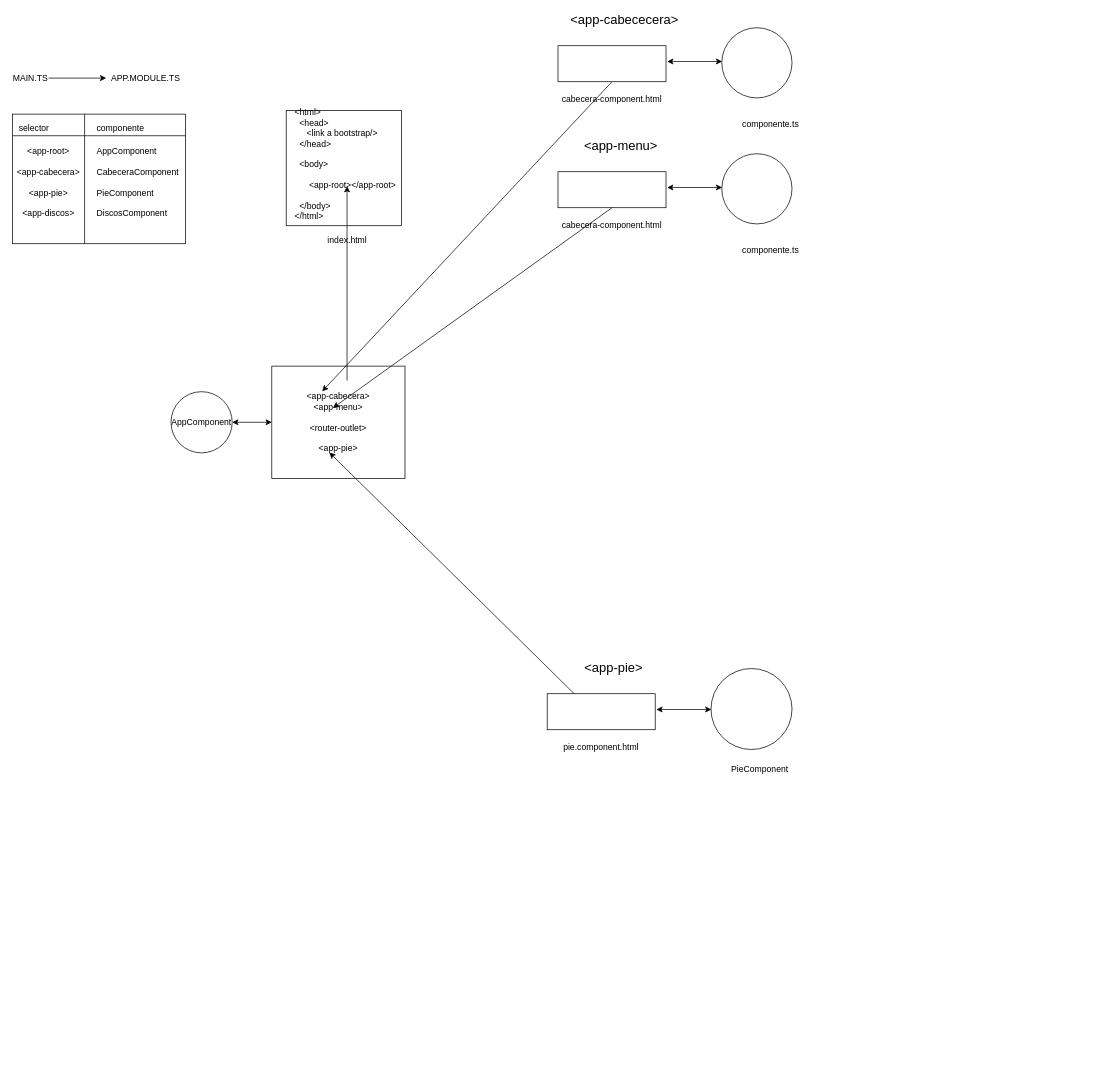
Before: page "Page-33" (33 of 34) of diagramas.drawio in almoril00/MEAN, a draw.io diagram. Source tidied: cells renumbered, new cells numbered last; positions are measured from the earlier drawing's top-left corner, leaving out a move shared by most shapes. Both pictures are drawn from the tidied source at 72%, with x=0, y=0 at pixel (12, 13).
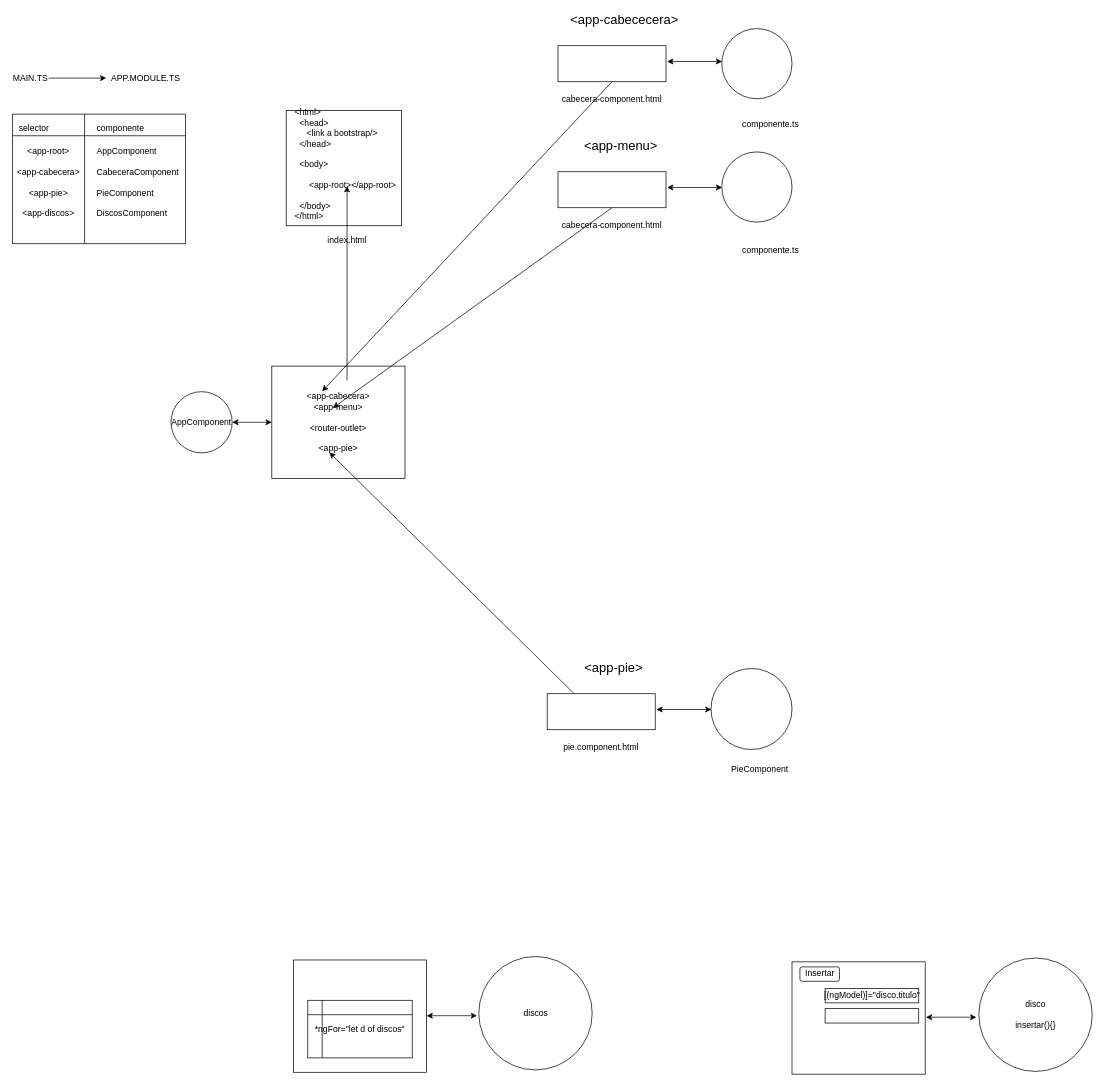
The same diagram, later.

Diff of the diagram source:
```diff
@@
     <mxCell id="17" style="ellipse;whiteSpace=wrap;html=1;fillColor=none;" parent="1" vertex="1">
-      <mxGeometry x="985" y="195" width="97.5" height="97.5" as="geometry" />
+      <mxGeometry x="985" y="192.5" width="97.5" height="97.5" as="geometry" />
     </mxCell>
@@
     <mxCell id="31" style="ellipse;whiteSpace=wrap;html=1;fillColor=none;" parent="1" vertex="1">
-      <mxGeometry x="985" y="20" width="97.5" height="97.5" as="geometry" />
+      <mxGeometry x="985" y="21.2" width="97.5" height="97.5" as="geometry" />
     </mxCell>
@@
+    <mxCell id="38" value="discos" style="ellipse;whiteSpace=wrap;html=1;fillColor=#ffffff;" parent="1" vertex="1">
+      <mxGeometry x="647.5" y="1310" width="157.5" height="157.5" as="geometry" />
+    </mxCell>
+    <mxCell id="39" style="rounded=0;whiteSpace=wrap;html=1;fillColor=#ffffff;" parent="1" vertex="1">
+      <mxGeometry x="390" y="1314.8" width="185" height="156" as="geometry" />
+    </mxCell>
+    <mxCell id="40" style="endArrow=classic;startArrow=classic;html=1;" parent="1" edge="1">
+      <mxGeometry relative="1" as="geometry">
+        <mxPoint x="575" y="1392.2" as="sourcePoint" />
+        <mxPoint x="645" y="1392.2" as="targetPoint" />
+      </mxGeometry>
+    </mxCell>
+    <mxCell id="41" value="*ngFor=&quot;let d of discos&quot;" style="shape=internalStorage;whiteSpace=wrap;html=1;backgroundOutline=1;fillColor=#ffffff;" parent="1" vertex="1">
+      <mxGeometry x="410" y="1370.8" width="145" height="80" as="geometry" />
+    </mxCell>
+    <mxCell id="42" value="disco&lt;br&gt;&lt;br&gt;insertar(){}" style="ellipse;whiteSpace=wrap;html=1;fillColor=#ffffff;" parent="1" vertex="1">
+      <mxGeometry x="1342" y="1312.1" width="157.5" height="157.5" as="geometry" />
+    </mxCell>
+    <mxCell id="43" style="rounded=0;whiteSpace=wrap;html=1;fillColor=#ffffff;" parent="1" vertex="1">
+      <mxGeometry x="1082.5" y="1317.4" width="185" height="156" as="geometry" />
+    </mxCell>
+    <mxCell id="44" style="endArrow=classic;startArrow=classic;html=1;" parent="1" edge="1">
+      <mxGeometry relative="1" as="geometry">
+        <mxPoint x="1268.5" y="1394.3" as="sourcePoint" />
+        <mxPoint x="1338.5" y="1394.3" as="targetPoint" />
+      </mxGeometry>
+    </mxCell>
+    <mxCell id="45" value="Insertar" style="rounded=1;whiteSpace=wrap;html=1;fillColor=#ffffff;" parent="1" vertex="1">
+      <mxGeometry x="1093.5" y="1324.4" width="55" height="20" as="geometry" />
+    </mxCell>
+    <mxCell id="46" value="[(ngModel)]=&quot;disco.titulo&quot;" style="rounded=0;whiteSpace=wrap;html=1;fillColor=#ffffff;" parent="1" vertex="1">
+      <mxGeometry x="1128.5" y="1354.4" width="130" height="20" as="geometry" />
+    </mxCell>
+    <mxCell id="47" style="rounded=0;whiteSpace=wrap;html=1;fillColor=#ffffff;" parent="1" vertex="1">
+      <mxGeometry x="1128.5" y="1382.4" width="130" height="20" as="geometry" />
+    </mxCell>
```
